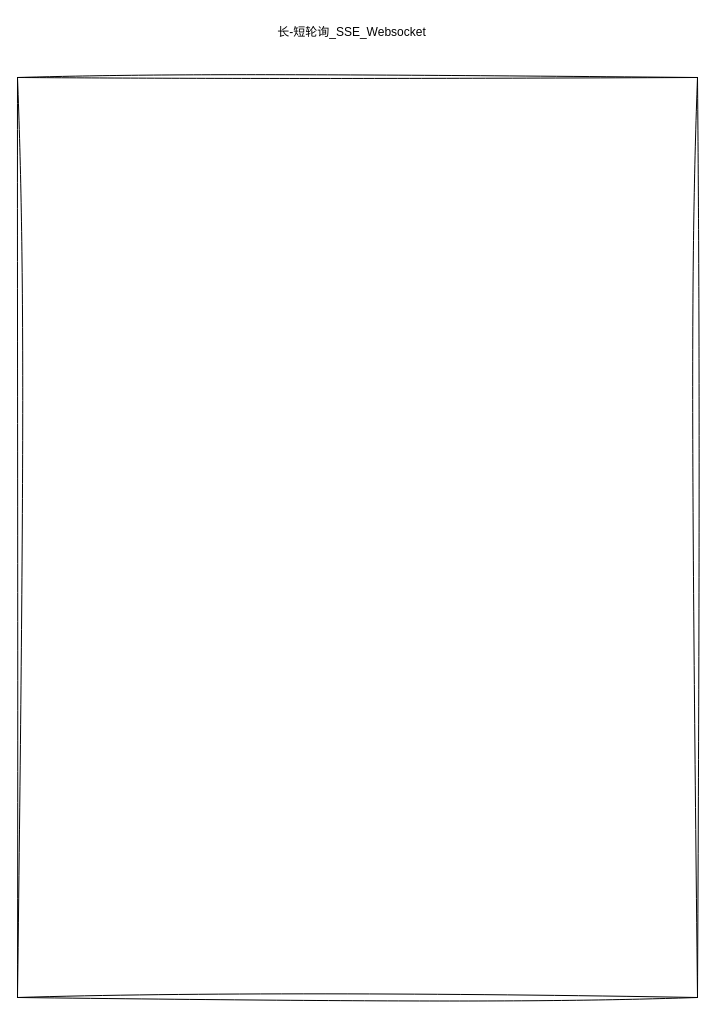
Earlier version of the draw.io diagram image-text/长-短轮询_SSE_Websocket.drawio (Rodert/javapub_oss). Source tidied: cells renumbered, new cells numbered last; positions are measured from the earlier drawing's top-left corner, leaving out a move shared by most shapes. Both pictures are drawn from the tidied source at 100%, with x=0, y=0 at pixel (17, 17).
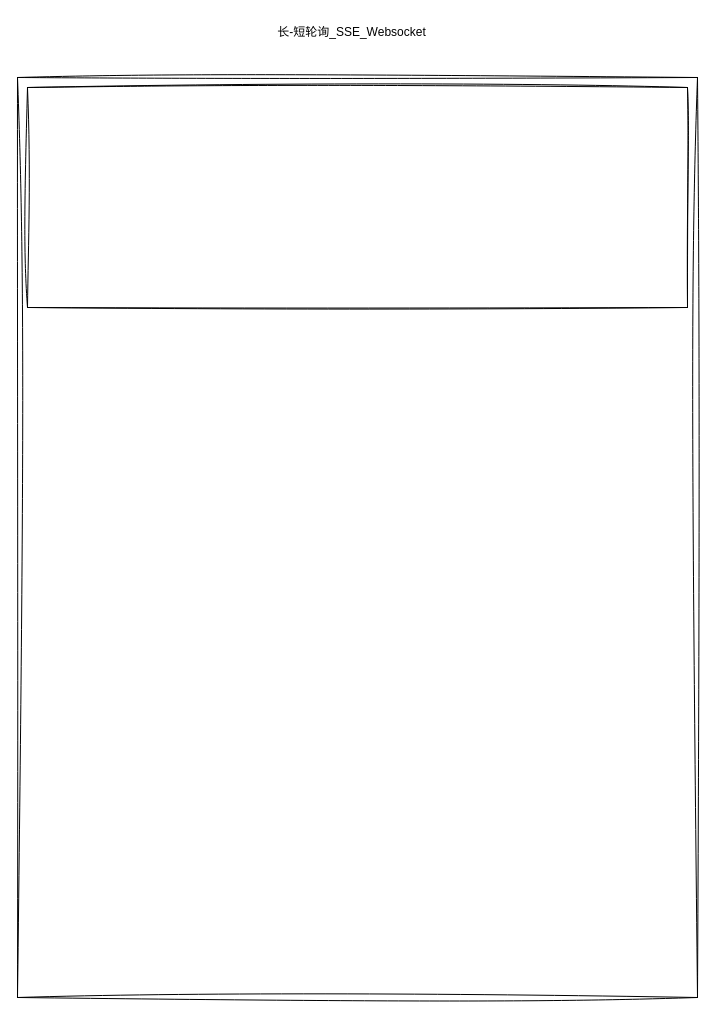
After the change.

Commit message (it also covers changes not shown here):
更新长-短轮询_SSE_Websocket.drawio

Change to the diagram source:
```diff
@@
 <mxGraphModel>
   <root>
     <mxCell id="0" />
     <mxCell id="1" parent="0" />
     <mxCell id="2" style="endArrow=none;html=1;rounded=0;sketch=1;hachureGap=4;jiggle=2;curveFitting=1;fontFamily=Architects Daughter;" parent="1" edge="1">
       <mxGeometry relative="1" as="geometry">
         <mxPoint y="60" as="sourcePoint" />
         <mxPoint x="680" y="60" as="targetPoint" />
       </mxGeometry>
     </mxCell>
     <mxCell id="3" style="endArrow=none;html=1;rounded=0;sketch=1;hachureGap=4;jiggle=2;curveFitting=1;fontFamily=Architects Daughter;" parent="1" edge="1">
       <mxGeometry relative="1" as="geometry">
         <mxPoint y="60" as="sourcePoint" />
         <mxPoint y="980" as="targetPoint" />
       </mxGeometry>
     </mxCell>
     <mxCell id="4" style="endArrow=none;html=1;rounded=0;sketch=1;hachureGap=4;jiggle=2;curveFitting=1;fontFamily=Architects Daughter;" parent="1" edge="1">
       <mxGeometry relative="1" as="geometry">
         <mxPoint x="680" y="980" as="sourcePoint" />
         <mxPoint y="980" as="targetPoint" />
       </mxGeometry>
     </mxCell>
     <mxCell id="5" style="endArrow=none;html=1;rounded=0;sketch=1;hachureGap=4;jiggle=2;curveFitting=1;fontFamily=Architects Daughter;" parent="1" edge="1">
       <mxGeometry relative="1" as="geometry">
         <mxPoint x="680" y="60" as="sourcePoint" />
         <mxPoint x="680" y="980" as="targetPoint" />
       </mxGeometry>
     </mxCell>
     <mxCell id="6" value="长-短轮询_SSE_Websocket" style="text;html=1;align=center;verticalAlign=middle;strokeColor=none;fillColor=none;fontFamily=Helvetica;fontStyle=0;" parent="1" vertex="1">
       <mxGeometry x="249" width="170" height="30" as="geometry" />
     </mxCell>
+    <mxCell id="7" style="rounded=0;whiteSpace=wrap;html=1;sketch=1;hachureGap=4;jiggle=2;curveFitting=1;fontFamily=Architects Daughter;" parent="1" vertex="1">
+      <mxGeometry x="10" y="70" width="660" height="220" as="geometry" />
+    </mxCell>
   </root>
 </mxGraphModel>
```
